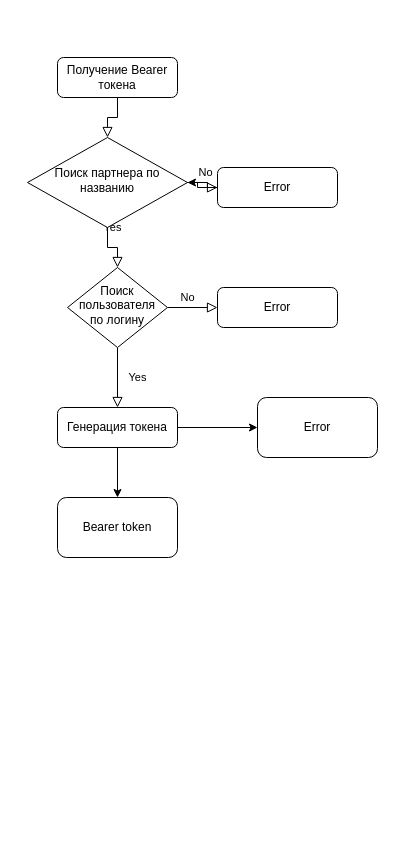
This is page "Page-1" (1 of 3) of src/com/company/Диаграмма без названия.drawio from aesenbekova8/Algorithms, a draw.io file, before an edit. Source tidied: cells renumbered, new cells numbered last; positions are measured from the earlier drawing's top-left corner, leaving out a move shared by most shapes. Both pictures are drawn from the tidied source at 100%, with x=0, y=0 at pixel (27, 57).
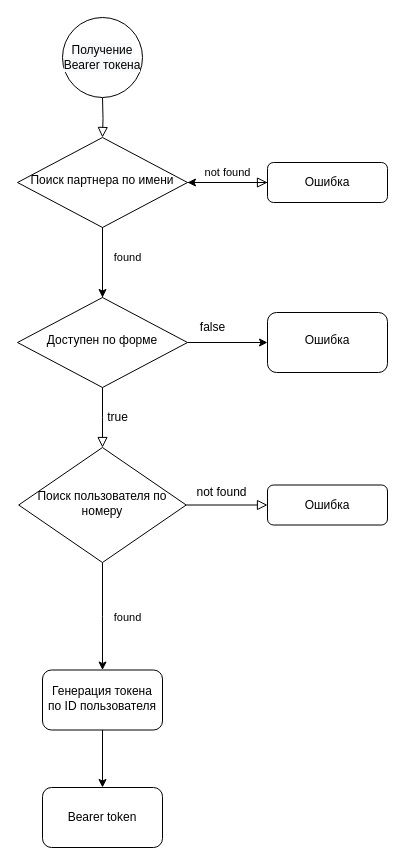
The same page after the edit.

Diff of the diagram source:
```diff
@@
-    <mxCell id="2" style="rounded=0;html=1;jettySize=auto;fontSize=11;endArrow=block;endFill=0;endSize=8;strokeWidth=1;shadow=0;labelBackgroundColor=none;edgeStyle=orthogonalEdgeStyle;" parent="1" edge="1" source="3" target="6">
-      <mxGeometry relative="1" as="geometry" />
+    <mxCell id="2" style="rounded=0;html=1;jettySize=auto;fontSize=11;endArrow=block;endFill=0;endSize=8;strokeWidth=1;shadow=0;labelBackgroundColor=none;edgeStyle=orthogonalEdgeStyle;exitX=0.5;exitY=1;exitDx=0;exitDy=0;" parent="1" edge="1" target="6">
+      <mxGeometry relative="1" as="geometry">
+        <mxPoint x="75" y="40" as="sourcePoint" />
+      </mxGeometry>
     </mxCell>
-    <mxCell id="3" value="Получение Bearer токена" style="rounded=1;whiteSpace=wrap;html=1;fontSize=12;glass=0;strokeWidth=1;shadow=0;" parent="1" vertex="1">
-      <mxGeometry x="30" width="120" height="40" as="geometry" />
-    </mxCell>
-    <mxCell id="4" value="Yes" style="rounded=0;html=1;jettySize=auto;fontSize=11;endArrow=block;endFill=0;endSize=8;strokeWidth=1;shadow=0;labelBackgroundColor=none;edgeStyle=orthogonalEdgeStyle;" parent="1" edge="1" source="6" target="11">
-      <mxGeometry y="20" relative="1" as="geometry" />
+    <mxCell id="4" value="found" style="rounded=0;html=1;jettySize=auto;fontSize=11;endArrow=block;endFill=0;endSize=8;strokeWidth=1;shadow=0;labelBackgroundColor=none;edgeStyle=orthogonalEdgeStyle;startArrow=none;" parent="1" edge="1" source="21" target="11">
+      <mxGeometry x="-1" y="132" relative="1" as="geometry">
+        <mxPoint x="-107" y="-130" as="offset" />
+      </mxGeometry>
     </mxCell>
-    <mxCell id="5" value="No" style="edgeStyle=orthogonalEdgeStyle;rounded=0;html=1;jettySize=auto;fontSize=11;endArrow=block;endFill=0;endSize=8;strokeWidth=1;shadow=0;labelBackgroundColor=none;" parent="1" edge="1" source="6" target="8">
+    <mxCell id="5" value="not found" style="edgeStyle=orthogonalEdgeStyle;rounded=0;html=1;jettySize=auto;fontSize=11;endArrow=block;endFill=0;endSize=8;strokeWidth=1;shadow=0;labelBackgroundColor=none;" parent="1" edge="1" source="6" target="8">
       <mxGeometry y="10" relative="1" as="geometry" />
     </mxCell>
+    <mxCell id="18" style="edgeStyle=orthogonalEdgeStyle;rounded=0;jettySize=auto;html=1;" parent="1" edge="1" source="6" target="21">
+      <mxGeometry relative="1" as="geometry" />
+    </mxCell>
-    <mxCell id="6" value="Поиск партнера по названию" style="rhombus;whiteSpace=wrap;html=1;shadow=0;fontFamily=Helvetica;fontSize=12;align=center;strokeWidth=1;spacing=6;spacingTop=-4;" parent="1" vertex="1">
-      <mxGeometry y="80" width="160" height="90" as="geometry" />
+    <mxCell id="6" value="Поиск партнера по имени" style="rhombus;whiteSpace=wrap;html=1;shadow=0;fontFamily=Helvetica;fontSize=12;align=center;strokeWidth=1;spacing=6;spacingTop=-4;" parent="1" vertex="1">
+      <mxGeometry x="-10" y="80" width="170" height="90" as="geometry" />
     </mxCell>
@@
-    <mxCell id="8" value="Error" style="rounded=1;whiteSpace=wrap;html=1;fontSize=12;glass=0;strokeWidth=1;shadow=0;" parent="1" vertex="1">
-      <mxGeometry x="190" y="110" width="120" height="40" as="geometry" />
+    <mxCell id="8" value="Ошибка" style="rounded=1;whiteSpace=wrap;html=1;fontSize=12;glass=0;strokeWidth=1;shadow=0;" parent="1" vertex="1">
+      <mxGeometry x="240" y="105" width="120" height="40" as="geometry" />
     </mxCell>
-    <mxCell id="9" value="No" style="rounded=0;html=1;jettySize=auto;fontSize=11;endArrow=block;endFill=0;endSize=8;strokeWidth=1;shadow=0;labelBackgroundColor=none;edgeStyle=orthogonalEdgeStyle;" parent="1" edge="1" source="11" target="14">
-      <mxGeometry x="-1" y="86" relative="1" as="geometry">
-        <mxPoint x="-16" y="-50" as="offset" />
-      </mxGeometry>
-    </mxCell>
-    <mxCell id="10" value="Yes" style="edgeStyle=orthogonalEdgeStyle;rounded=0;html=1;jettySize=auto;fontSize=11;endArrow=block;endFill=0;endSize=8;strokeWidth=1;shadow=0;labelBackgroundColor=none;entryX=0;entryY=0.5;entryDx=0;entryDy=0;" parent="1" edge="1" source="11" target="15">
-      <mxGeometry x="-1" y="-76" relative="1" as="geometry">
-        <mxPoint x="-30" y="-6" as="offset" />
+    <mxCell id="10" value="found" style="edgeStyle=orthogonalEdgeStyle;rounded=0;html=1;jettySize=auto;fontSize=11;endArrow=block;endFill=0;endSize=8;strokeWidth=1;shadow=0;labelBackgroundColor=none;entryX=0;entryY=0.5;entryDx=0;entryDy=0;" parent="1" edge="1" source="11" target="15">
+      <mxGeometry x="-1" y="-127" relative="1" as="geometry">
+        <mxPoint x="-59" y="-15" as="offset" />
       </mxGeometry>
     </mxCell>
+    <mxCell id="19" style="edgeStyle=orthogonalEdgeStyle;rounded=0;jettySize=auto;html=1;" parent="1" edge="1" source="11" target="25">
+      <mxGeometry relative="1" as="geometry" />
+    </mxCell>
-    <mxCell id="11" value="Поиск пользователя по логину" style="rhombus;whiteSpace=wrap;html=1;shadow=0;fontFamily=Helvetica;fontSize=12;align=center;strokeWidth=1;spacing=6;spacingTop=-4;" parent="1" vertex="1">
-      <mxGeometry x="40" y="210" width="100" height="80" as="geometry" />
+    <mxCell id="11" value="Поиск пользователя по номеру&lt;br&gt;" style="rhombus;whiteSpace=wrap;html=1;shadow=0;fontFamily=Helvetica;fontSize=12;align=center;strokeWidth=1;spacing=6;spacingTop=-4;" parent="1" vertex="1">
+      <mxGeometry x="-8.8" y="390" width="167.5" height="115" as="geometry" />
     </mxCell>
-    <mxCell id="12" style="edgeStyle=orthogonalEdgeStyle;rounded=0;jettySize=auto;html=1;" parent="1" edge="1" source="14" target="17">
-      <mxGeometry relative="1" as="geometry" />
-    </mxCell>
-    <mxCell id="13" style="edgeStyle=orthogonalEdgeStyle;rounded=0;jettySize=auto;html=1;" parent="1" edge="1" source="14" target="16">
-      <mxGeometry relative="1" as="geometry" />
-    </mxCell>
-    <mxCell id="14" value="Генерация токена" style="rounded=1;whiteSpace=wrap;html=1;fontSize=12;glass=0;strokeWidth=1;shadow=0;" parent="1" vertex="1">
-      <mxGeometry x="30" y="350" width="120" height="40" as="geometry" />
-    </mxCell>
-    <mxCell id="15" value="Error" style="rounded=1;whiteSpace=wrap;html=1;fontSize=12;glass=0;strokeWidth=1;shadow=0;" parent="1" vertex="1">
-      <mxGeometry x="190" y="230" width="120" height="40" as="geometry" />
+    <mxCell id="15" value="Ошибка" style="rounded=1;whiteSpace=wrap;html=1;fontSize=12;glass=0;strokeWidth=1;shadow=0;" parent="1" vertex="1">
+      <mxGeometry x="240" y="427.5" width="120" height="40" as="geometry" />
     </mxCell>
     <mxCell id="16" value="Bearer token&lt;br&gt;" style="rounded=1;whiteSpace=wrap;html=1;" parent="1" vertex="1">
-      <mxGeometry x="30" y="440" width="120" height="60" as="geometry" />
+      <mxGeometry x="15" y="730" width="120" height="60" as="geometry" />
     </mxCell>
-    <mxCell id="17" value="Error" style="whiteSpace=wrap;html=1;rounded=1;glass=0;strokeWidth=1;shadow=0;" parent="1" vertex="1">
-      <mxGeometry x="230" y="340" width="120" height="60" as="geometry" />
-    </mxCell>
+    <mxCell id="20" style="edgeStyle=orthogonalEdgeStyle;rounded=0;jettySize=auto;html=1;" parent="1" edge="1" source="21" target="23">
+      <mxGeometry relative="1" as="geometry" />
+    </mxCell>
+    <mxCell id="21" value="Доступен по форме" style="rhombus;whiteSpace=wrap;html=1;shadow=0;fontFamily=Helvetica;fontSize=12;align=center;strokeWidth=1;spacing=6;spacingTop=-4;" parent="1" vertex="1">
+      <mxGeometry x="-10" y="240" width="170" height="90" as="geometry" />
+    </mxCell>
+    <mxCell id="22" style="rounded=0;html=1;jettySize=auto;fontSize=11;endArrow=none;endFill=0;endSize=8;strokeWidth=1;shadow=0;labelBackgroundColor=none;edgeStyle=orthogonalEdgeStyle;" parent="1" edge="1" source="6" target="21">
+      <mxGeometry x="-0.2" y="30" relative="1" as="geometry" />
+    </mxCell>
+    <mxCell id="23" value="Ошибка" style="rounded=1;whiteSpace=wrap;html=1;shadow=0;strokeWidth=1;spacing=6;spacingTop=-4;" parent="1" vertex="1">
+      <mxGeometry x="240" y="255" width="120" height="60" as="geometry" />
+    </mxCell>
+    <mxCell id="24" style="edgeStyle=orthogonalEdgeStyle;rounded=0;jettySize=auto;html=1;" parent="1" edge="1" source="25" target="16">
+      <mxGeometry relative="1" as="geometry" />
+    </mxCell>
+    <mxCell id="25" value="Генерация токена по ID пользователя" style="rounded=1;whiteSpace=wrap;html=1;shadow=0;strokeWidth=1;spacing=6;spacingTop=-4;" parent="1" vertex="1">
+      <mxGeometry x="15" y="612.5" width="120" height="60" as="geometry" />
+    </mxCell>
+    <mxCell id="26" value="not found" style="text;html=1;align=center;verticalAlign=middle;strokeColor=none;fillColor=none;" parent="1" vertex="1">
+      <mxGeometry x="158.8" y="420" width="70" height="30" as="geometry" />
+    </mxCell>
+    <mxCell id="27" value="true" style="text;html=1;align=center;verticalAlign=middle;strokeColor=none;fillColor=none;" parent="1" vertex="1">
+      <mxGeometry x="70" y="345" width="40" height="30" as="geometry" />
+    </mxCell>
+    <mxCell id="28" value="false" style="text;html=1;align=center;verticalAlign=middle;strokeColor=none;fillColor=none;" parent="1" vertex="1">
+      <mxGeometry x="160" y="255" width="50" height="30" as="geometry" />
+    </mxCell>
+    <mxCell id="3" value="&lt;span style=&quot;caret-color: rgb(0, 0, 0); color: rgb(0, 0, 0); font-family: Helvetica; font-size: 12px; font-style: normal; font-variant-caps: normal; font-weight: 400; letter-spacing: normal; text-align: center; text-indent: 0px; text-transform: none; word-spacing: 0px; -webkit-text-stroke-width: 0px; background-color: rgb(248, 249, 250); text-decoration: none; float: none; display: inline !important;&quot;&gt;Получение Bearer токена&lt;/span&gt;" style="ellipse;whiteSpace=wrap;html=1;" parent="1" vertex="1">
+      <mxGeometry x="35" y="-40" width="80" height="80" as="geometry" />
+    </mxCell>
```
